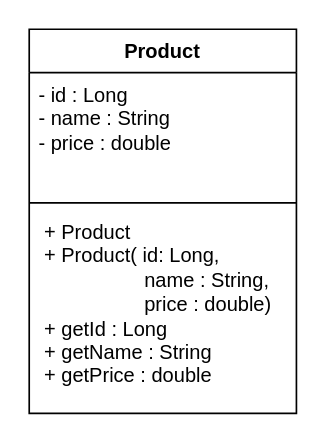
Before: docs/uml/Product.drawio in RyzonB/OOP-Learning, a draw.io diagram. Source tidied: cells renumbered, new cells numbered last; positions are measured from the earlier drawing's top-left corner, leaving out a move shared by most shapes. Both pictures are drawn from the tidied source at 167%, with x=0, y=0 at pixel (28, 28).
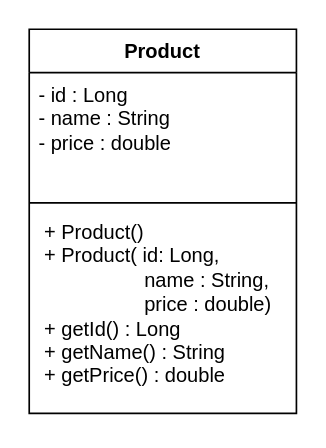
After the change.

Commit message (it also covers changes not shown here):
Tutorial 02: encapsulation and UML for Product, Customer and Address

What changed in the source:
```diff
@@
 <mxGraphModel>
   <root>
     <mxCell id="0" />
     <mxCell id="1" parent="0" />
     <mxCell id="2" value="Product" style="swimlane;fontStyle=1;align=center;verticalAlign=top;horizontal=1;startSize=26;whiteSpace=wrap;html=1;" parent="1" vertex="1">
       <mxGeometry width="160" height="230" as="geometry" />
     </mxCell>
     <mxCell id="3" value="- id : Long&lt;div&gt;- name : String&lt;/div&gt;&lt;div&gt;- price : double&lt;/div&gt;" style="text;strokeColor=none;fillColor=none;align=left;verticalAlign=top;spacingLeft=4;spacingRight=4;overflow=hidden;whiteSpace=wrap;html=1;" parent="2" vertex="1">
       <mxGeometry y="26" width="160" height="74" as="geometry" />
     </mxCell>
     <mxCell id="4" style="line;strokeWidth=1;fillColor=none;align=left;verticalAlign=middle;spacingTop=-1;spacingLeft=3;spacingRight=3;labelPosition=right;strokeColor=inherit;" parent="2" vertex="1">
       <mxGeometry y="100" width="160" height="8" as="geometry" />
     </mxCell>
-    <mxCell id="5" value="&amp;nbsp;+ Product&lt;div&gt;&amp;nbsp;+ Product( id: Long,&lt;/div&gt;&lt;div&gt;&lt;span style=&quot;white-space: pre;&quot;&gt;&#9;&lt;/span&gt;&lt;span style=&quot;white-space: pre;&quot;&gt;&#9;&lt;/span&gt;&amp;nbsp; &amp;nbsp;name : String,&lt;br&gt;&lt;/div&gt;&lt;div&gt;&lt;span style=&quot;white-space: pre;&quot;&gt;&#9;&lt;/span&gt;&lt;span style=&quot;white-space: pre;&quot;&gt;&#9;&lt;/span&gt;&amp;nbsp; &amp;nbsp;price : double)&lt;br&gt;&lt;/div&gt;&lt;div&gt;&amp;nbsp;+ getId : Long&lt;/div&gt;&lt;div&gt;&amp;nbsp;+ getName : String&lt;/div&gt;&lt;div&gt;&amp;nbsp;+ getPrice : double&lt;/div&gt;" style="text;strokeColor=none;fillColor=none;align=left;verticalAlign=top;spacingLeft=4;spacingRight=4;overflow=hidden;whiteSpace=wrap;html=1;" parent="2" vertex="1">
+    <mxCell id="5" value="&amp;nbsp;+ Product()&lt;div&gt;&amp;nbsp;+ Product( id: Long,&lt;/div&gt;&lt;div&gt;&lt;span style=&quot;white-space: pre;&quot;&gt;&#9;&lt;/span&gt;&lt;span style=&quot;white-space: pre;&quot;&gt;&#9;&lt;/span&gt;&amp;nbsp; &amp;nbsp;name : String,&lt;br&gt;&lt;/div&gt;&lt;div&gt;&lt;span style=&quot;white-space: pre;&quot;&gt;&#9;&lt;/span&gt;&lt;span style=&quot;white-space: pre;&quot;&gt;&#9;&lt;/span&gt;&amp;nbsp; &amp;nbsp;price : double)&lt;br&gt;&lt;/div&gt;&lt;div&gt;&amp;nbsp;+ getId() : Long&lt;/div&gt;&lt;div&gt;&amp;nbsp;+ getName() : String&lt;/div&gt;&lt;div&gt;&amp;nbsp;+ getPrice() : double&lt;/div&gt;" style="text;strokeColor=none;fillColor=none;align=left;verticalAlign=top;spacingLeft=4;spacingRight=4;overflow=hidden;whiteSpace=wrap;html=1;" parent="2" vertex="1">
       <mxGeometry y="108" width="160" height="122" as="geometry" />
     </mxCell>
   </root>
 </mxGraphModel>
```
